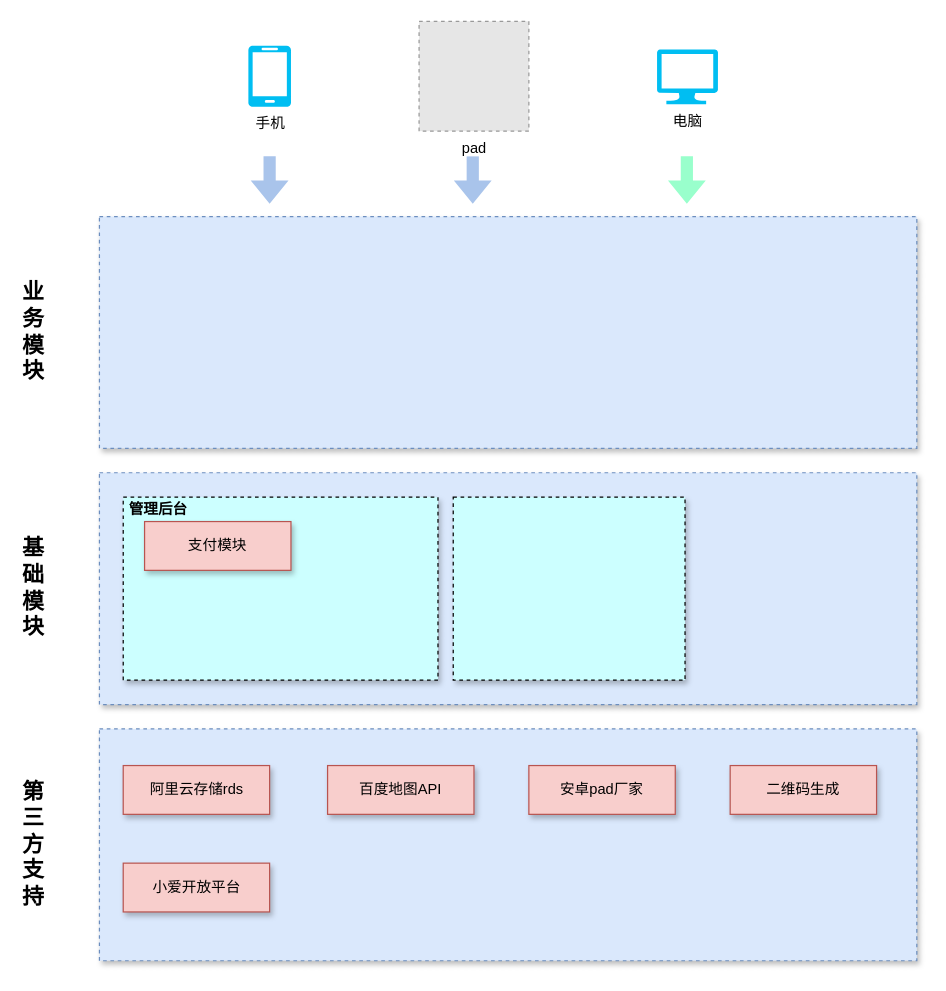
Before: 软件设计.drawio in wangjie5540/drawio, a draw.io diagram. Source tidied: cells renumbered, new cells numbered last; positions are measured from the earlier drawing's top-left corner, leaving out a move shared by most shapes. Both pictures are drawn from the tidied source at 122%, with x=0, y=0 at pixel (21, 21). Pictures stored in the file or linked from it are replaced by grey dashed boxes.
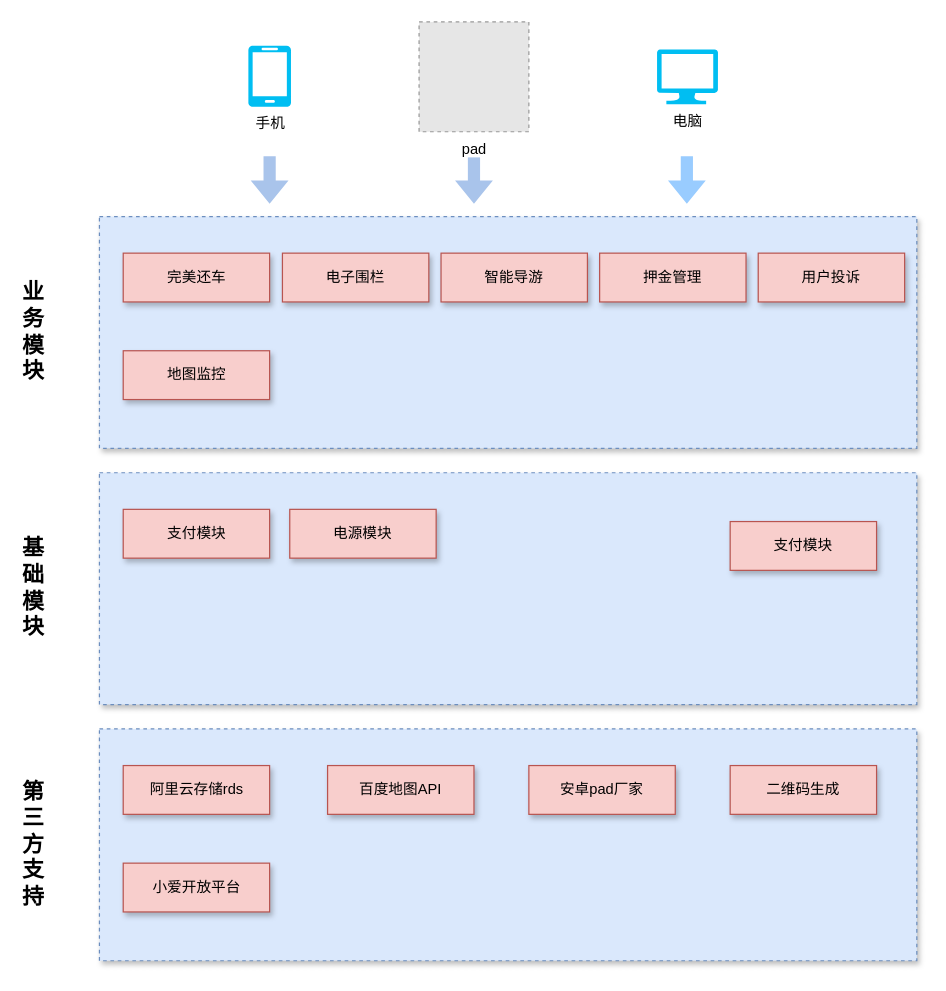
Above is the later version.

Diff of the diagram source:
```diff
@@
+    <mxCell id="5" style="rounded=0;whiteSpace=wrap;html=1;shadow=1;fillColor=#dae8fc;dashed=1;strokeColor=#6c8ebf;" parent="1" vertex="1">
+      <mxGeometry x="64" y="160" width="670" height="190" as="geometry" />
+    </mxCell>
@@
-    <mxCell id="3" style="rounded=0;whiteSpace=wrap;html=1;shadow=1;strokeColor=#000000;fillColor=#CCFFFF;dashed=1;" parent="1" vertex="1">
-      <mxGeometry x="83.5" y="390" width="258" height="150" as="geometry" />
-    </mxCell>
     <mxCell id="4" style="shape=flexArrow;endArrow=classic;html=1;strokeColor=none;fillColor=#A9C4EB;" parent="1" edge="1">
       <mxGeometry relative="1" as="geometry">
-        <mxPoint x="370" y="110" as="sourcePoint" />
-        <mxPoint x="370" y="150" as="targetPoint" />
+        <mxPoint x="371" y="110" as="sourcePoint" />
+        <mxPoint x="371" y="150" as="targetPoint" />
       </mxGeometry>
     </mxCell>
-    <mxCell id="5" style="rounded=0;whiteSpace=wrap;html=1;shadow=1;fillColor=#dae8fc;dashed=1;strokeColor=#6c8ebf;" parent="1" vertex="1">
-      <mxGeometry x="64" y="160" width="670" height="190" as="geometry" />
-    </mxCell>
@@
     <mxCell id="7" value="pad" style="fillColor=#E6E6E6;strokeColor=#999999;dashed=1;html=1;verticalAlign=top;verticalLabelPosition=bottom;labelBackgroundColor=#ffffff;" parent="1" vertex="1">
-      <mxGeometry x="326" width="90" height="90" as="geometry" />
+      <mxGeometry x="326" y="0.5" width="90" height="90" as="geometry" />
     </mxCell>
@@
-    <mxCell id="18" style="shape=flexArrow;endArrow=classic;html=1;strokeColor=none;fillColor=#99FFCC;" parent="1" edge="1">
+    <mxCell id="18" style="shape=flexArrow;endArrow=classic;html=1;strokeColor=none;fillColor=#99CCFF;" parent="1" edge="1">
       <mxGeometry relative="1" as="geometry">
         <mxPoint x="545.5" y="110" as="sourcePoint" />
         <mxPoint x="545.5" y="150" as="targetPoint" />
       </mxGeometry>
     </mxCell>
     <mxCell id="19" value="支付模块" style="rounded=0;whiteSpace=wrap;html=1;shadow=1;fillColor=#f8cecc;strokeColor=#b85450;" parent="1" vertex="1">
-      <mxGeometry x="101" y="410" width="120" height="40" as="geometry" />
+      <mxGeometry x="83.5" y="400" width="120" height="40" as="geometry" />
     </mxCell>
@@
-    <mxCell id="21" value="&lt;b&gt;管理后台&lt;/b&gt;" style="text;html=1;strokeColor=none;fillColor=none;align=center;verticalAlign=middle;whiteSpace=wrap;rounded=0;shadow=1;" parent="1" vertex="1">
-      <mxGeometry x="81" y="390" width="63" height="20" as="geometry" />
-    </mxCell>
-    <mxCell id="22" style="rounded=0;whiteSpace=wrap;html=1;shadow=1;strokeColor=#000000;fillColor=#CCFFFF;dashed=1;" parent="1" vertex="1">
-      <mxGeometry x="354" y="390" width="190" height="150" as="geometry" />
-    </mxCell>
+    <mxCell id="23" value="电源模块" style="rounded=0;whiteSpace=wrap;html=1;shadow=1;fillColor=#f8cecc;strokeColor=#b85450;" parent="1" vertex="1">
+      <mxGeometry x="220" y="400" width="120" height="40" as="geometry" />
+    </mxCell>
+    <mxCell id="24" value="支付模块" style="rounded=0;whiteSpace=wrap;html=1;shadow=1;fillColor=#f8cecc;strokeColor=#b85450;" parent="1" vertex="1">
+      <mxGeometry x="581" y="410" width="120" height="40" as="geometry" />
+    </mxCell>
+    <mxCell id="25" value="完美还车" style="rounded=0;whiteSpace=wrap;html=1;shadow=1;fillColor=#f8cecc;strokeColor=#b85450;" parent="1" vertex="1">
+      <mxGeometry x="83.5" y="190" width="120" height="40" as="geometry" />
+    </mxCell>
+    <mxCell id="26" value="电子围栏" style="rounded=0;whiteSpace=wrap;html=1;shadow=1;fillColor=#f8cecc;strokeColor=#b85450;" parent="1" vertex="1">
+      <mxGeometry x="214" y="190" width="120" height="40" as="geometry" />
+    </mxCell>
+    <mxCell id="27" value="智能导游" style="rounded=0;whiteSpace=wrap;html=1;shadow=1;fillColor=#f8cecc;strokeColor=#b85450;" parent="1" vertex="1">
+      <mxGeometry x="344" y="190" width="120" height="40" as="geometry" />
+    </mxCell>
+    <mxCell id="28" value="押金管理" style="rounded=0;whiteSpace=wrap;html=1;shadow=1;fillColor=#f8cecc;strokeColor=#b85450;" parent="1" vertex="1">
+      <mxGeometry x="474" y="190" width="120" height="40" as="geometry" />
+    </mxCell>
+    <mxCell id="29" value="用户投诉" style="rounded=0;whiteSpace=wrap;html=1;shadow=1;fillColor=#f8cecc;strokeColor=#b85450;" parent="1" vertex="1">
+      <mxGeometry x="604" y="190" width="120" height="40" as="geometry" />
+    </mxCell>
+    <mxCell id="30" value="地图监控" style="rounded=0;whiteSpace=wrap;html=1;shadow=1;fillColor=#f8cecc;strokeColor=#b85450;" parent="1" vertex="1">
+      <mxGeometry x="83.5" y="270" width="120" height="40" as="geometry" />
+    </mxCell>
```
